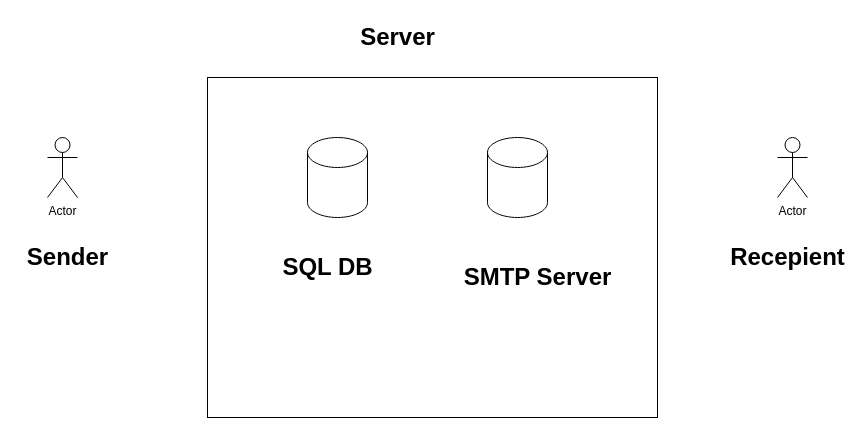
The draw.io diagram smtp.drawio in icheglakov/diagrams_, before the edit. Source tidied: cells renumbered, new cells numbered last; positions are measured from the earlier drawing's top-left corner, leaving out a move shared by most shapes. Both pictures are drawn from the tidied source at 100%, with x=0, y=0 at pixel (17, 17).
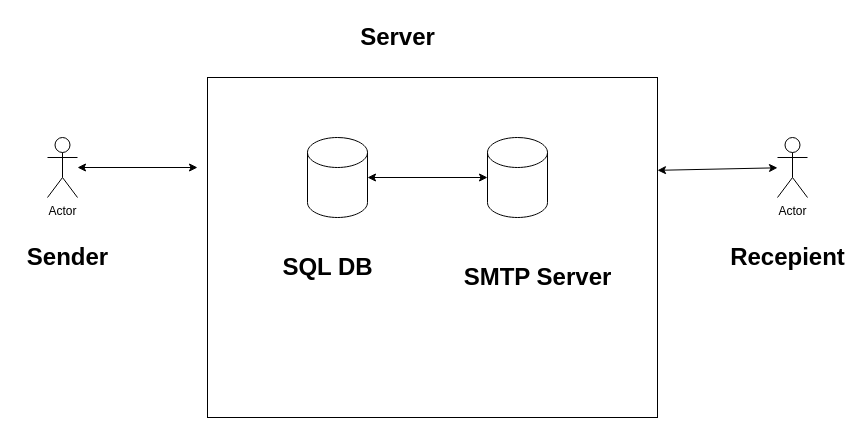
The same diagram, later.

Diff of the diagram source:
```diff
@@
 <mxGraphModel>
   <root>
     <mxCell id="0" />
     <mxCell id="1" parent="0" />
     <mxCell id="2" style="rounded=0;whiteSpace=wrap;html=1;labelBackgroundColor=default;verticalAlign=bottom;" parent="1" vertex="1">
       <mxGeometry x="190" y="60" width="450" height="340" as="geometry" />
     </mxCell>
     <mxCell id="3" value="Server" style="text;strokeColor=none;fillColor=none;html=1;fontSize=24;fontStyle=1;verticalAlign=middle;align=center;" parent="1" vertex="1">
       <mxGeometry x="330" width="100" height="40" as="geometry" />
     </mxCell>
     <mxCell id="4" value="Actor" style="shape=umlActor;verticalLabelPosition=bottom;verticalAlign=top;html=1;outlineConnect=0;" parent="1" vertex="1">
       <mxGeometry x="30" y="120" width="30" height="60" as="geometry" />
     </mxCell>
     <mxCell id="5" value="Actor" style="shape=umlActor;verticalLabelPosition=bottom;verticalAlign=top;html=1;outlineConnect=0;" parent="1" vertex="1">
       <mxGeometry x="760" y="120" width="30" height="60" as="geometry" />
     </mxCell>
     <mxCell id="6" style="shape=cylinder3;whiteSpace=wrap;html=1;boundedLbl=1;backgroundOutline=1;size=15;" parent="1" vertex="1">
       <mxGeometry x="290" y="120" width="60" height="80" as="geometry" />
     </mxCell>
     <mxCell id="7" value="SQL DB" style="text;strokeColor=none;fillColor=none;html=1;fontSize=24;fontStyle=1;verticalAlign=middle;align=center;" parent="1" vertex="1">
       <mxGeometry x="260" y="220" width="100" height="60" as="geometry" />
     </mxCell>
     <mxCell id="8" style="shape=cylinder3;whiteSpace=wrap;html=1;boundedLbl=1;backgroundOutline=1;size=15;" parent="1" vertex="1">
       <mxGeometry x="470" y="120" width="60" height="80" as="geometry" />
     </mxCell>
     <mxCell id="9" value="SMTP Server&lt;br&gt;" style="text;strokeColor=none;fillColor=none;html=1;fontSize=24;fontStyle=1;verticalAlign=middle;align=center;" parent="1" vertex="1">
       <mxGeometry x="470" y="240" width="100" height="40" as="geometry" />
     </mxCell>
     <mxCell id="10" value="Sender" style="text;strokeColor=none;fillColor=none;html=1;fontSize=24;fontStyle=1;verticalAlign=middle;align=center;" parent="1" vertex="1">
       <mxGeometry y="220" width="100" height="40" as="geometry" />
     </mxCell>
     <mxCell id="11" value="Recepient" style="text;strokeColor=none;fillColor=none;html=1;fontSize=24;fontStyle=1;verticalAlign=middle;align=center;" parent="1" vertex="1">
       <mxGeometry x="720" y="220" width="100" height="40" as="geometry" />
     </mxCell>
+    <mxCell id="12" style="endArrow=classic;startArrow=classic;html=1;rounded=0;exitX=1;exitY=0.5;exitDx=0;exitDy=0;exitPerimeter=0;" parent="1" edge="1" source="6" target="8">
+      <mxGeometry relative="1" as="geometry" />
+    </mxCell>
+    <mxCell id="13" style="endArrow=classic;startArrow=classic;html=1;rounded=0;" parent="1" edge="1" target="4">
+      <mxGeometry relative="1" as="geometry">
+        <mxPoint x="180" y="150" as="sourcePoint" />
+      </mxGeometry>
+    </mxCell>
+    <mxCell id="14" style="endArrow=classic;startArrow=classic;html=1;rounded=0;exitX=1;exitY=0.273;exitDx=0;exitDy=0;exitPerimeter=0;" parent="1" edge="1" source="2" target="5">
+      <mxGeometry relative="1" as="geometry" />
+    </mxCell>
   </root>
 </mxGraphModel>
```
